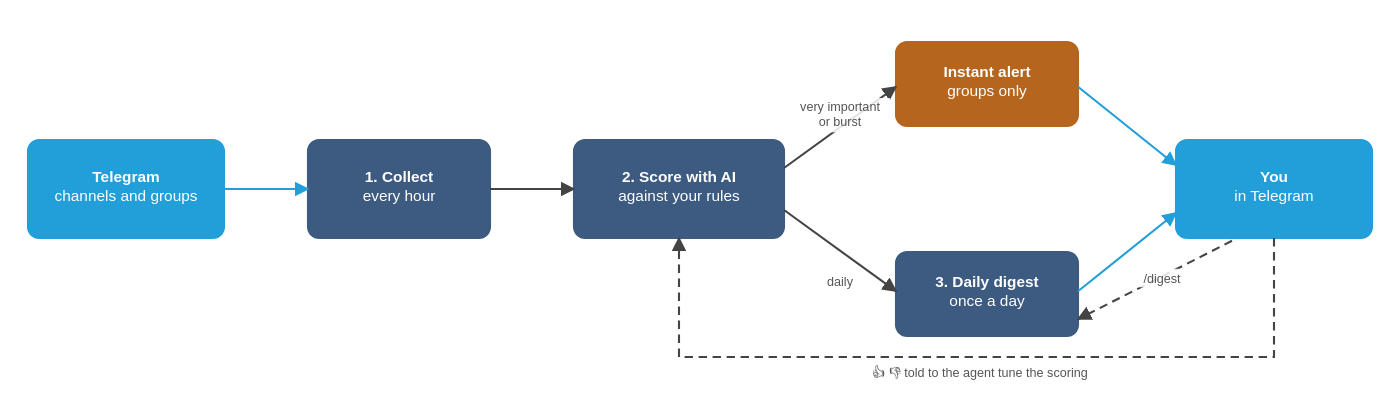
Before: docs/user-guide/images/life-of-a-post.drawio.svg, a diagram exported from draw.io (KopylP/signal-feed). Source tidied: cells renumbered, new cells last; positions are measured from the earlier drawing's top-left corner, leaving out a move shared by most shapes.
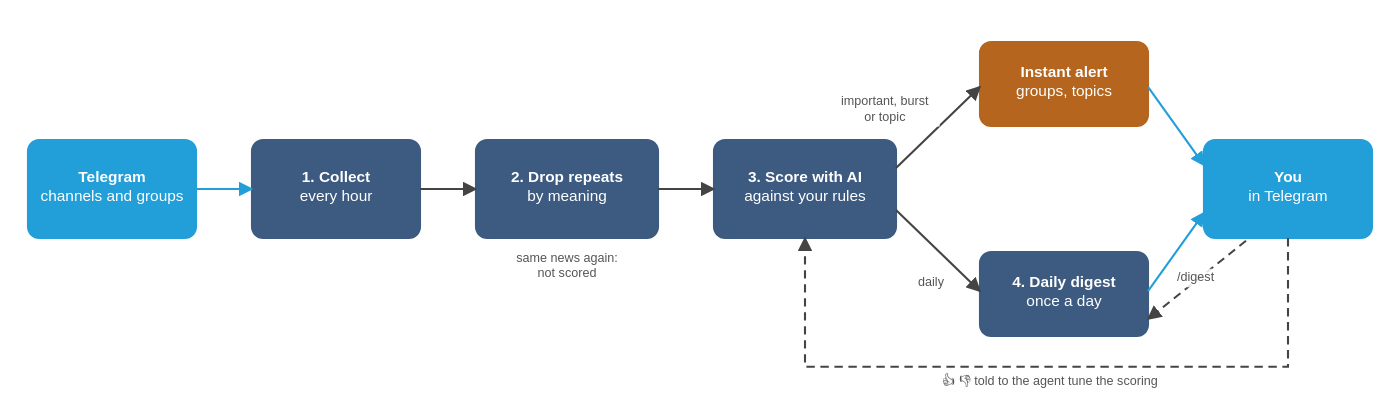
After the commit.

Change to the diagram source:
```diff
@@ -3,81 +3,93 @@
     <mxCell id="0" />
     <mxCell id="1" parent="0" />
     <mxCell id="2" style="rounded=1;arcSize=3;html=1;strokeColor=#229ED9;fillColor=#229ED9;strokeWidth=1.5;" parent="1" vertex="1">
-      <mxGeometry y="70" width="140" height="70" as="geometry" />
+      <mxGeometry y="70" width="120" height="70" as="geometry" />
     </mxCell>
     <mxCell id="3" value="&lt;b&gt;Telegram&lt;/b&gt;&lt;br&gt;channels and groups" style="text;html=1;whiteSpace=wrap;align=center;verticalAlign=top;spacing=0;fontSize=11;fontColor=#ffffff;" parent="1" vertex="1">
-      <mxGeometry y="89" width="140" height="31" as="geometry" />
+      <mxGeometry y="89" width="120" height="31" as="geometry" />
     </mxCell>
     <mxCell id="4" style="rounded=1;arcSize=3;html=1;strokeColor=#3D5A80;fillColor=#3D5A80;strokeWidth=1.5;" parent="1" vertex="1">
-      <mxGeometry x="200" y="70" width="130" height="70" as="geometry" />
+      <mxGeometry x="160" y="70" width="120" height="70" as="geometry" />
     </mxCell>
     <mxCell id="5" value="&lt;b&gt;1. Collect&lt;/b&gt;&lt;br&gt;every hour" style="text;html=1;whiteSpace=wrap;align=center;verticalAlign=top;spacing=0;fontSize=11;fontColor=#ffffff;" parent="1" vertex="1">
-      <mxGeometry x="200" y="89" width="130" height="31" as="geometry" />
+      <mxGeometry x="160" y="89" width="120" height="31" as="geometry" />
     </mxCell>
+    <mxCell id="26" style="rounded=1;arcSize=3;html=1;strokeColor=#3D5A80;fillColor=#3D5A80;strokeWidth=1.5;" parent="1" vertex="1">
+      <mxGeometry x="320" y="70" width="130" height="70" as="geometry" />
+    </mxCell>
+    <mxCell id="27" value="&lt;b&gt;2. Drop repeats&lt;/b&gt;&lt;br&gt;by meaning" style="text;html=1;whiteSpace=wrap;align=center;verticalAlign=top;spacing=0;fontSize=11;fontColor=#ffffff;" parent="1" vertex="1">
+      <mxGeometry x="320" y="89" width="130" height="31" as="geometry" />
+    </mxCell>
     <mxCell id="6" style="rounded=1;arcSize=3;html=1;strokeColor=#3D5A80;fillColor=#3D5A80;strokeWidth=1.5;" parent="1" vertex="1">
-      <mxGeometry x="390" y="70" width="150" height="70" as="geometry" />
+      <mxGeometry x="490" y="70" width="130" height="70" as="geometry" />
     </mxCell>
-    <mxCell id="7" value="&lt;b&gt;2. Score with AI&lt;/b&gt;&lt;br&gt;against your rules" style="text;html=1;whiteSpace=wrap;align=center;verticalAlign=top;spacing=0;fontSize=11;fontColor=#ffffff;" parent="1" vertex="1">
-      <mxGeometry x="390" y="89" width="150" height="31" as="geometry" />
-    </mxCell>
+    <mxCell id="28" value="&lt;b&gt;3. Score with AI&lt;/b&gt;&lt;br&gt;against your rules" style="text;html=1;whiteSpace=wrap;align=center;verticalAlign=top;spacing=0;fontSize=11;fontColor=#ffffff;" parent="1" vertex="1">
+      <mxGeometry x="490" y="89" width="130" height="31" as="geometry" />
+    </mxCell>
     <mxCell id="8" style="rounded=1;arcSize=3;html=1;strokeColor=#B5651D;fillColor=#B5651D;strokeWidth=1.5;" parent="1" vertex="1">
-      <mxGeometry x="620" width="130" height="60" as="geometry" />
+      <mxGeometry x="680" width="120" height="60" as="geometry" />
     </mxCell>
-    <mxCell id="9" value="&lt;b&gt;Instant alert&lt;/b&gt;&lt;br&gt;groups only" style="text;html=1;whiteSpace=wrap;align=center;verticalAlign=top;spacing=0;fontSize=11;fontColor=#ffffff;" parent="1" vertex="1">
-      <mxGeometry x="620" y="14" width="130" height="31" as="geometry" />
-    </mxCell>
+    <mxCell id="29" value="&lt;b&gt;Instant alert&lt;/b&gt;&lt;br&gt;groups, topics" style="text;html=1;whiteSpace=wrap;align=center;verticalAlign=top;spacing=0;fontSize=11;fontColor=#ffffff;" parent="1" vertex="1">
+      <mxGeometry x="680" y="14" width="120" height="31" as="geometry" />
+    </mxCell>
     <mxCell id="10" style="rounded=1;arcSize=3;html=1;strokeColor=#3D5A80;fillColor=#3D5A80;strokeWidth=1.5;" parent="1" vertex="1">
-      <mxGeometry x="620" y="150" width="130" height="60" as="geometry" />
+      <mxGeometry x="680" y="150" width="120" height="60" as="geometry" />
     </mxCell>
-    <mxCell id="11" value="&lt;b&gt;3. Daily digest&lt;/b&gt;&lt;br&gt;once a day" style="text;html=1;whiteSpace=wrap;align=center;verticalAlign=top;spacing=0;fontSize=11;fontColor=#ffffff;" parent="1" vertex="1">
-      <mxGeometry x="620" y="164" width="130" height="31" as="geometry" />
-    </mxCell>
+    <mxCell id="30" value="&lt;b&gt;4. Daily digest&lt;/b&gt;&lt;br&gt;once a day" style="text;html=1;whiteSpace=wrap;align=center;verticalAlign=top;spacing=0;fontSize=11;fontColor=#ffffff;" parent="1" vertex="1">
+      <mxGeometry x="680" y="164" width="120" height="31" as="geometry" />
+    </mxCell>
     <mxCell id="12" style="rounded=1;arcSize=3;html=1;strokeColor=#229ED9;fillColor=#229ED9;strokeWidth=1.5;" parent="1" vertex="1">
-      <mxGeometry x="820" y="70" width="140" height="70" as="geometry" />
+      <mxGeometry x="840" y="70" width="120" height="70" as="geometry" />
     </mxCell>
     <mxCell id="13" value="&lt;b&gt;You&lt;/b&gt;&lt;br&gt;in Telegram" style="text;html=1;whiteSpace=wrap;align=center;verticalAlign=top;spacing=0;fontSize=11;fontColor=#ffffff;" parent="1" vertex="1">
-      <mxGeometry x="820" y="89" width="140" height="31" as="geometry" />
+      <mxGeometry x="840" y="89" width="120" height="31" as="geometry" />
     </mxCell>
     <mxCell id="14" style="edgeStyle=none;html=1;strokeColor=#229ED9;strokeWidth=1.5;endArrow=block;endFill=1;exitX=1.0;exitY=0.5;exitDx=0;exitDy=0;entryX=0.0;entryY=0.5;entryDx=0;entryDy=0;" parent="1" edge="1" source="2" target="4">
       <mxGeometry relative="1" as="geometry" />
     </mxCell>
-    <mxCell id="15" style="edgeStyle=none;html=1;strokeColor=#444444;strokeWidth=1.5;endArrow=block;endFill=1;exitX=1.0;exitY=0.5;exitDx=0;exitDy=0;entryX=0.0;entryY=0.5;entryDx=0;entryDy=0;" parent="1" edge="1" source="4" target="6">
+    <mxCell id="15" style="edgeStyle=none;html=1;strokeColor=#444444;strokeWidth=1.5;endArrow=block;endFill=1;exitX=1.0;exitY=0.5;exitDx=0;exitDy=0;entryX=0.0;entryY=0.5;entryDx=0;entryDy=0;" parent="1" edge="1" source="4" target="26">
       <mxGeometry relative="1" as="geometry" />
     </mxCell>
+    <mxCell id="31" style="edgeStyle=none;html=1;strokeColor=#444444;strokeWidth=1.5;endArrow=block;endFill=1;exitX=1.0;exitY=0.5;exitDx=0;exitDy=0;entryX=0.0;entryY=0.5;entryDx=0;entryDy=0;" parent="1" edge="1" source="26" target="6">
+      <mxGeometry relative="1" as="geometry" />
+    </mxCell>
     <mxCell id="16" style="edgeStyle=none;html=1;strokeColor=#444444;strokeWidth=1.5;endArrow=block;endFill=1;exitX=1.0;exitY=0.286;exitDx=0;exitDy=0;entryX=0.0;entryY=0.533;entryDx=0;entryDy=0;" parent="1" edge="1" source="6" target="8">
       <mxGeometry relative="1" as="geometry" />
     </mxCell>
-    <mxCell id="17" value="very important&lt;br&gt;or burst" style="text;html=1;whiteSpace=wrap;align=center;verticalAlign=top;spacing=0;fontSize=9;fontColor=#555555;fillColor=#ffffff;opacity=85;" parent="1" vertex="1">
-      <mxGeometry x="540" y="40" width="80" height="26" as="geometry" />
-    </mxCell>
     <mxCell id="18" style="edgeStyle=none;html=1;strokeColor=#444444;strokeWidth=1.5;endArrow=block;endFill=1;exitX=1.0;exitY=0.714;exitDx=0;exitDy=0;entryX=0.0;entryY=0.467;entryDx=0;entryDy=0;" parent="1" edge="1" source="6" target="10">
       <mxGeometry relative="1" as="geometry" />
     </mxCell>
-    <mxCell id="19" value="daily" style="text;html=1;whiteSpace=wrap;align=center;verticalAlign=top;spacing=0;fontSize=9;fontColor=#555555;fillColor=#ffffff;opacity=85;" parent="1" vertex="1">
-      <mxGeometry x="550" y="165" width="60" height="15" as="geometry" />
-    </mxCell>
     <mxCell id="20" style="edgeStyle=none;html=1;strokeColor=#229ED9;strokeWidth=1.5;endArrow=block;endFill=1;exitX=1.0;exitY=0.533;exitDx=0;exitDy=0;entryX=0.0;entryY=0.257;entryDx=0;entryDy=0;" parent="1" edge="1" source="8" target="12">
       <mxGeometry relative="1" as="geometry" />
     </mxCell>
     <mxCell id="21" style="edgeStyle=none;html=1;strokeColor=#229ED9;strokeWidth=1.5;endArrow=block;endFill=1;exitX=1.0;exitY=0.467;exitDx=0;exitDy=0;entryX=0.0;entryY=0.743;entryDx=0;entryDy=0;" parent="1" edge="1" source="10" target="12">
       <mxGeometry relative="1" as="geometry" />
     </mxCell>
-    <mxCell id="22" style="endArrow=block;html=1;strokeColor=#444444;strokeWidth=1.5;dashed=1;rounded=0;edgeStyle=none;exitX=0.5;exitY=1;entryX=0.5;entryY=1;" parent="1" edge="1" source="12" target="6">
+    <mxCell id="22" style="edgeStyle=none;html=1;strokeColor=#444444;strokeWidth=1.5;endArrow=block;endFill=1;dashed=1;exitX=0.5;exitY=1.0;exitDx=0;exitDy=0;entryX=0.5;entryY=1.0;entryDx=0;entryDy=0;" parent="1" edge="1" source="12" target="6">
       <mxGeometry relative="1" as="geometry">
         <Array as="points">
-          <mxPoint x="890" y="225" />
-          <mxPoint x="465" y="225" />
+          <mxPoint x="900" y="232" />
+          <mxPoint x="555" y="232" />
         </Array>
       </mxGeometry>
     </mxCell>
+    <mxCell id="24" style="edgeStyle=none;html=1;strokeColor=#444444;strokeWidth=1.5;endArrow=block;endFill=1;dashed=1;exitX=0.25;exitY=1.029;exitDx=0;exitDy=0;entryX=1.0;entryY=0.8;entryDx=0;entryDy=0;" parent="1" edge="1" source="12" target="10">
+      <mxGeometry relative="1" as="geometry" />
+    </mxCell>
+    <mxCell id="17" value="important, burst&lt;br&gt;or topic" style="text;html=1;whiteSpace=wrap;align=center;verticalAlign=top;spacing=0;fontSize=9;fontColor=#555555;fillColor=#ffffff;opacity=85;" parent="1" vertex="1">
+      <mxGeometry x="572" y="36" width="80" height="26" as="geometry" />
+    </mxCell>
+    <mxCell id="19" value="daily" style="text;html=1;whiteSpace=wrap;align=center;verticalAlign=top;spacing=0;fontSize=9;fontColor=#555555;fillColor=#ffffff;opacity=85;" parent="1" vertex="1">
+      <mxGeometry x="625" y="165" width="40" height="15" as="geometry" />
+    </mxCell>
+    <mxCell id="32" value="same news again:&lt;br&gt;not scored" style="text;html=1;whiteSpace=wrap;align=center;verticalAlign=top;spacing=0;fontSize=9;fontColor=#555555;fillColor=#ffffff;opacity=85;" parent="1" vertex="1">
+      <mxGeometry x="310" y="148" width="150" height="26" as="geometry" />
+    </mxCell>
     <mxCell id="23" value="👍 👎 told to the agent tune the scoring" style="text;html=1;whiteSpace=wrap;align=center;verticalAlign=top;spacing=0;fontSize=9;fontColor=#555555;fillColor=#ffffff;opacity=85;" parent="1" vertex="1">
-      <mxGeometry x="580" y="229" width="200" height="15" as="geometry" />
+      <mxGeometry x="630" y="236" width="200" height="15" as="geometry" />
     </mxCell>
-    <mxCell id="24" style="endArrow=block;html=1;strokeColor=#444444;strokeWidth=1.5;dashed=1;rounded=0;edgeStyle=none;" parent="1" edge="1" source="12" target="10">
-      <mxGeometry relative="1" as="geometry" />
-    </mxCell>
     <mxCell id="25" value="/digest" style="text;html=1;whiteSpace=wrap;align=center;verticalAlign=top;spacing=0;fontSize=9;fontColor=#555555;fillColor=#ffffff;opacity=85;" parent="1" vertex="1">
-      <mxGeometry x="788" y="162" width="44" height="15" as="geometry" />
+      <mxGeometry x="812" y="162" width="44" height="15" as="geometry" />
     </mxCell>
   </root>
 </mxGraphModel>
```
